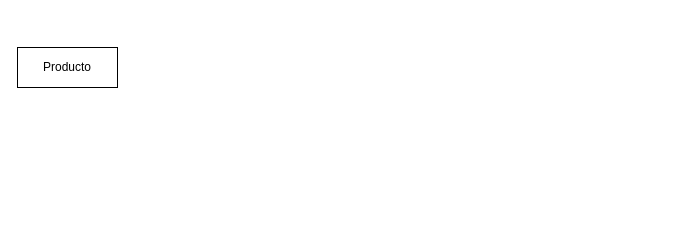
The draw.io diagram ProyectoFinal.drawio in Angel-ISO/Diagramas, before the edit. Source tidied: cells renumbered, new cells numbered last; positions are measured from the earlier drawing's top-left corner, leaving out a move shared by most shapes. Both pictures are drawn from the tidied source at 100%, with x=0, y=0 at pixel (17, 47).
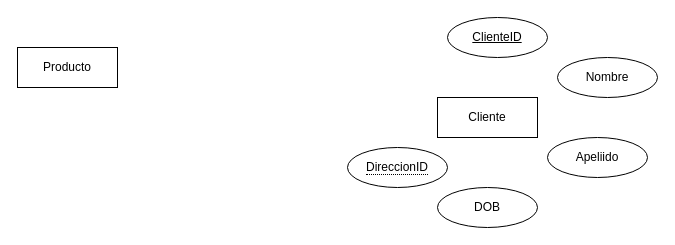
Above is the later version.

Change to the diagram source:
```diff
@@
 <mxGraphModel>
   <root>
     <mxCell id="0" />
     <mxCell id="1" parent="0" />
     <mxCell id="2" value="Producto" style="whiteSpace=wrap;html=1;align=center;" parent="1" vertex="1">
       <mxGeometry width="100" height="40" as="geometry" />
     </mxCell>
+    <mxCell id="3" value="Cliente" style="whiteSpace=wrap;html=1;align=center;" parent="1" vertex="1">
+      <mxGeometry x="420" y="50" width="100" height="40" as="geometry" />
+    </mxCell>
+    <mxCell id="4" value="ClienteID" style="ellipse;whiteSpace=wrap;html=1;align=center;fontStyle=4;" parent="1" vertex="1">
+      <mxGeometry x="430" y="-30" width="100" height="40" as="geometry" />
+    </mxCell>
+    <mxCell id="5" value="Nombre" style="ellipse;whiteSpace=wrap;html=1;align=center;" parent="1" vertex="1">
+      <mxGeometry x="540" y="10" width="100" height="40" as="geometry" />
+    </mxCell>
+    <mxCell id="6" value="Apeliido" style="ellipse;whiteSpace=wrap;html=1;align=center;" parent="1" vertex="1">
+      <mxGeometry x="530" y="90" width="100" height="40" as="geometry" />
+    </mxCell>
+    <mxCell id="7" value="DOB" style="ellipse;whiteSpace=wrap;html=1;align=center;" parent="1" vertex="1">
+      <mxGeometry x="420" y="140" width="100" height="40" as="geometry" />
+    </mxCell>
+    <mxCell id="8" value="&lt;span style=&quot;border-bottom: 1px dotted&quot;&gt;DireccionID&lt;/span&gt;" style="ellipse;whiteSpace=wrap;html=1;align=center;" parent="1" vertex="1">
+      <mxGeometry x="330" y="100" width="100" height="40" as="geometry" />
+    </mxCell>
   </root>
 </mxGraphModel>
```
